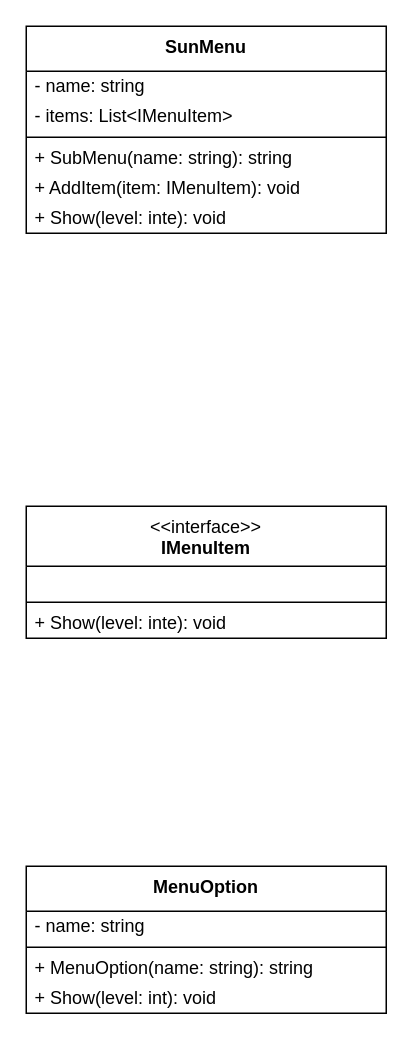
gastonjavierricchiardi/ejercicios-csharp-utn-2026 keeps this draw.io diagram as src/EJPatrones/GuiaPatrones02/EJ03-Composite-MenuAplicacion/EJ03-Composite.dio. Above is the earlier version. Source tidied: cells renumbered, new cells numbered last; positions are measured from the earlier drawing's top-left corner, leaving out a move shared by most shapes. Both pictures are drawn from the tidied source at 150%, with x=0, y=0 at pixel (26, 26).
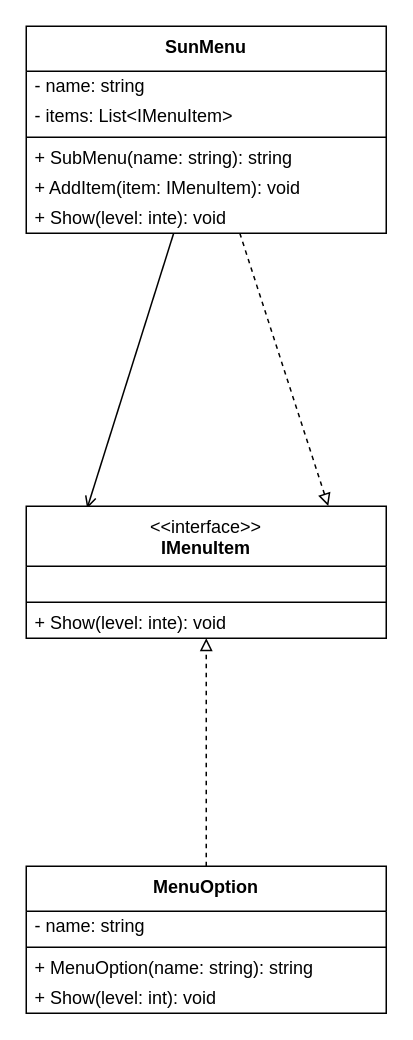
The same page after the edit.

The change refers to these unchanged cells:
```xml
<mxCell id="2" value="&lt;b&gt;SunMenu&lt;/b&gt;" style="swimlane;fontStyle=0;align=center;verticalAlign=top;horizontal=1;startSize=30;html=1;whiteSpace=wrap;" parent="1" vertex="1">
  <mxGeometry width="240" height="138" as="geometry" />
</mxCell>
<mxCell id="9" value="&amp;lt;&amp;lt;interface&amp;gt;&amp;gt;&lt;br&gt;&lt;b&gt;IMenuItem&lt;/b&gt;" style="swimlane;fontStyle=0;align=center;verticalAlign=top;horizontal=1;startSize=40;html=1;whiteSpace=wrap;" parent="1" vertex="1">
  <mxGeometry y="320" width="240" height="88" as="geometry" />
</mxCell>
<mxCell id="13" value="&lt;b&gt;MenuOption&lt;/b&gt;" style="swimlane;fontStyle=0;align=center;verticalAlign=top;horizontal=1;startSize=30;html=1;whiteSpace=wrap;" parent="1" vertex="1">
  <mxGeometry y="560" width="240" height="98" as="geometry" />
</mxCell>
```

Change to the diagram source:
```diff
@@
+    <mxCell id="18" style="edgeStyle=none;html=1;entryX=0.169;entryY=0.017;entryDx=0;entryDy=0;entryPerimeter=0;endArrow=open;endFill=0;" parent="1" edge="1" source="2" target="9">
+      <mxGeometry relative="1" as="geometry" />
+    </mxCell>
+    <mxCell id="19" style="edgeStyle=none;html=1;entryX=0.839;entryY=-0.002;entryDx=0;entryDy=0;entryPerimeter=0;dashed=1;endArrow=block;endFill=0;" parent="1" edge="1" source="2" target="9">
+      <mxGeometry relative="1" as="geometry" />
+    </mxCell>
@@
+    <mxCell id="20" style="edgeStyle=none;html=1;endArrow=block;endFill=0;dashed=1;" parent="1" edge="1" source="13" target="9">
+      <mxGeometry relative="1" as="geometry" />
+    </mxCell>
```
